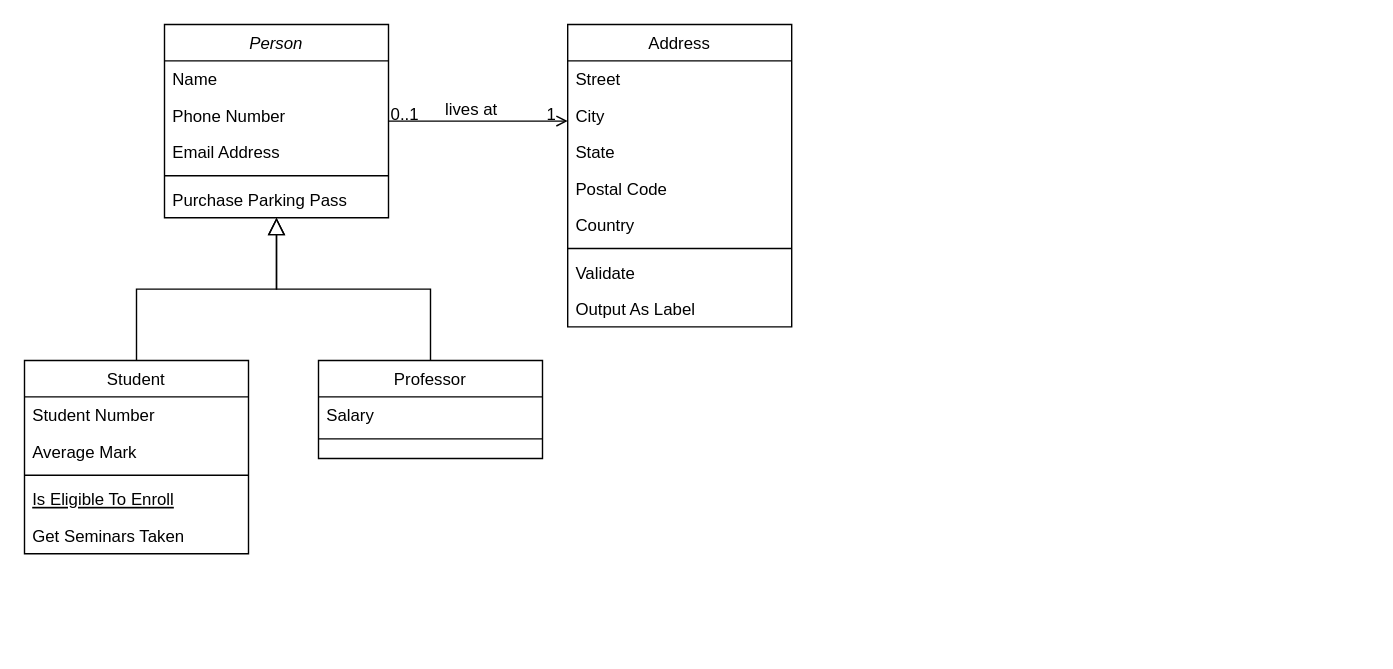
Earlier version of the draw.io diagram Biểu đồ không có tiêu đề.drawio (DucTri1611/reactjs_doan). Source tidied: cells renumbered, new cells numbered last; positions are measured from the earlier drawing's top-left corner, leaving out a move shared by most shapes. Both pictures are drawn from the tidied source at 140%, with x=0, y=0 at pixel (24, 24).
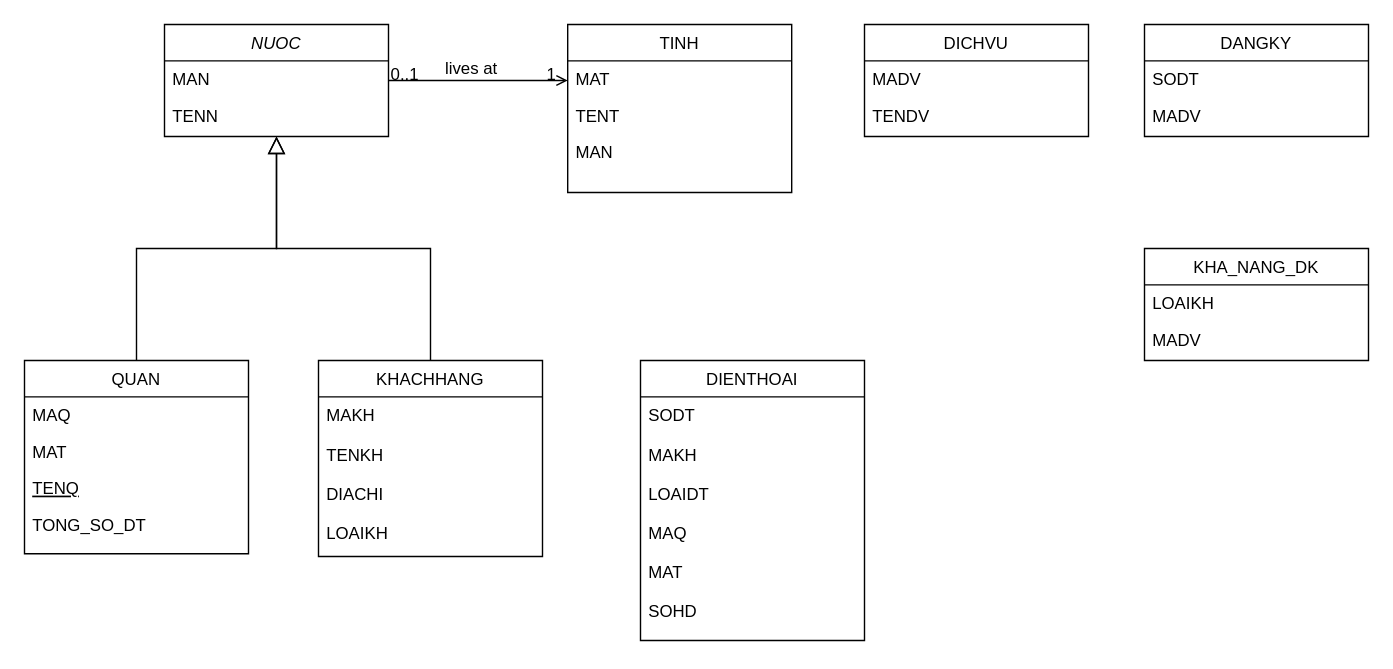
After the change.

The edit, as a diff of the source:
```diff
@@
-    <mxCell id="2" value="Person" style="swimlane;fontStyle=2;align=center;verticalAlign=top;horizontal=1;startSize=26;rounded=0;shadow=0;strokeWidth=1;" parent="1" vertex="1">
-      <mxGeometry x="100" width="160" height="138" as="geometry" />
+    <mxCell id="2" value="NUOC" style="swimlane;fontStyle=2;align=center;verticalAlign=top;horizontal=1;startSize=26;rounded=0;shadow=0;strokeWidth=1;" parent="1" vertex="1">
+      <mxGeometry x="100" width="160" height="80" as="geometry" />
     </mxCell>
-    <mxCell id="3" value="Name" style="text;align=left;verticalAlign=top;spacingLeft=4;spacingRight=4;overflow=hidden;" parent="2" vertex="1">
+    <mxCell id="3" value="MAN" style="text;align=left;verticalAlign=top;spacingLeft=4;spacingRight=4;overflow=hidden;" parent="2" vertex="1">
       <mxGeometry y="26" width="160" height="26" as="geometry" />
     </mxCell>
-    <mxCell id="4" value="Phone Number" style="text;align=left;verticalAlign=top;spacingLeft=4;spacingRight=4;overflow=hidden;rounded=0;shadow=0;html=0;" parent="2" vertex="1">
+    <mxCell id="4" value="TENN" style="text;align=left;verticalAlign=top;spacingLeft=4;spacingRight=4;overflow=hidden;rounded=0;shadow=0;html=0;" parent="2" vertex="1">
       <mxGeometry y="52" width="160" height="26" as="geometry" />
     </mxCell>
-    <mxCell id="5" value="Email Address" style="text;align=left;verticalAlign=top;spacingLeft=4;spacingRight=4;overflow=hidden;rounded=0;shadow=0;html=0;" parent="2" vertex="1">
-      <mxGeometry y="78" width="160" height="26" as="geometry" />
-    </mxCell>
-    <mxCell id="6" style="line;html=1;strokeWidth=1;align=left;verticalAlign=middle;spacingTop=-1;spacingLeft=3;spacingRight=3;labelPosition=right;" parent="2" vertex="1">
-      <mxGeometry y="104" width="160" height="8" as="geometry" />
-    </mxCell>
-    <mxCell id="7" value="Purchase Parking Pass" style="text;align=left;verticalAlign=top;spacingLeft=4;spacingRight=4;overflow=hidden;" parent="2" vertex="1">
-      <mxGeometry y="112" width="160" height="26" as="geometry" />
-    </mxCell>
-    <mxCell id="8" value="Student" style="swimlane;fontStyle=0;align=center;verticalAlign=top;horizontal=1;startSize=26;rounded=0;shadow=0;strokeWidth=1;" parent="1" vertex="1">
+    <mxCell id="8" value="QUAN" style="swimlane;fontStyle=0;align=center;verticalAlign=top;horizontal=1;startSize=26;rounded=0;shadow=0;strokeWidth=1;" parent="1" vertex="1">
       <mxGeometry y="240" width="160" height="138" as="geometry" />
     </mxCell>
-    <mxCell id="9" value="Student Number" style="text;align=left;verticalAlign=top;spacingLeft=4;spacingRight=4;overflow=hidden;" parent="8" vertex="1">
+    <mxCell id="9" value="MAQ" style="text;align=left;verticalAlign=top;spacingLeft=4;spacingRight=4;overflow=hidden;" parent="8" vertex="1">
       <mxGeometry y="26" width="160" height="26" as="geometry" />
     </mxCell>
-    <mxCell id="10" value="Average Mark" style="text;align=left;verticalAlign=top;spacingLeft=4;spacingRight=4;overflow=hidden;rounded=0;shadow=0;html=0;" parent="8" vertex="1">
+    <mxCell id="10" value="MAT" style="text;align=left;verticalAlign=top;spacingLeft=4;spacingRight=4;overflow=hidden;rounded=0;shadow=0;html=0;" parent="8" vertex="1">
       <mxGeometry y="52" width="160" height="26" as="geometry" />
     </mxCell>
-    <mxCell id="11" style="line;html=1;strokeWidth=1;align=left;verticalAlign=middle;spacingTop=-1;spacingLeft=3;spacingRight=3;labelPosition=right;" parent="8" vertex="1">
-      <mxGeometry y="78" width="160" height="8" as="geometry" />
-    </mxCell>
-    <mxCell id="12" value="Is Eligible To Enroll" style="text;align=left;verticalAlign=top;spacingLeft=4;spacingRight=4;overflow=hidden;fontStyle=4;" parent="8" vertex="1">
-      <mxGeometry y="86" width="160" height="26" as="geometry" />
+    <mxCell id="12" value="TENQ" style="text;align=left;verticalAlign=top;spacingLeft=4;spacingRight=4;overflow=hidden;fontStyle=4;" parent="8" vertex="1">
+      <mxGeometry y="78" width="160" height="26" as="geometry" />
     </mxCell>
-    <mxCell id="13" value="Get Seminars Taken" style="text;align=left;verticalAlign=top;spacingLeft=4;spacingRight=4;overflow=hidden;" parent="8" vertex="1">
-      <mxGeometry y="112" width="160" height="26" as="geometry" />
+    <mxCell id="13" value="TONG_SO_DT" style="text;align=left;verticalAlign=top;spacingLeft=4;spacingRight=4;overflow=hidden;" parent="8" vertex="1">
+      <mxGeometry y="104" width="160" height="26" as="geometry" />
     </mxCell>
@@
-    <mxCell id="15" value="Professor" style="swimlane;fontStyle=0;align=center;verticalAlign=top;horizontal=1;startSize=26;rounded=0;shadow=0;strokeWidth=1;" parent="1" vertex="1">
-      <mxGeometry x="210" y="240" width="160" height="70" as="geometry" />
+    <mxCell id="15" value="KHACHHANG" style="swimlane;fontStyle=0;align=center;verticalAlign=top;horizontal=1;startSize=26;rounded=0;shadow=0;strokeWidth=1;" parent="1" vertex="1">
+      <mxGeometry x="210" y="240" width="160" height="140" as="geometry" />
     </mxCell>
-    <mxCell id="16" value="Salary" style="text;align=left;verticalAlign=top;spacingLeft=4;spacingRight=4;overflow=hidden;" parent="15" vertex="1">
-      <mxGeometry y="26" width="160" height="26" as="geometry" />
+    <mxCell id="16" value="MAKH&#10;&#10;TENKH&#10;&#10;DIACHI&#10;&#10;LOAIKH" style="text;align=left;verticalAlign=top;spacingLeft=4;spacingRight=4;overflow=hidden;" parent="15" vertex="1">
+      <mxGeometry y="26" width="160" height="114" as="geometry" />
     </mxCell>
-    <mxCell id="17" style="line;html=1;strokeWidth=1;align=left;verticalAlign=middle;spacingTop=-1;spacingLeft=3;spacingRight=3;labelPosition=right;" parent="15" vertex="1">
-      <mxGeometry y="52" width="160" height="8" as="geometry" />
-    </mxCell>
@@
-    <mxCell id="19" value="Address" style="swimlane;fontStyle=0;align=center;verticalAlign=top;horizontal=1;startSize=26;rounded=0;shadow=0;strokeWidth=1;" parent="1" vertex="1">
-      <mxGeometry x="388" width="160" height="216" as="geometry" />
+    <mxCell id="19" value="TINH" style="swimlane;fontStyle=0;align=center;verticalAlign=top;horizontal=1;startSize=26;rounded=0;shadow=0;strokeWidth=1;" parent="1" vertex="1">
+      <mxGeometry x="388" width="160" height="120" as="geometry" />
     </mxCell>
-    <mxCell id="20" value="Street" style="text;align=left;verticalAlign=top;spacingLeft=4;spacingRight=4;overflow=hidden;" parent="19" vertex="1">
+    <mxCell id="20" value="MAT" style="text;align=left;verticalAlign=top;spacingLeft=4;spacingRight=4;overflow=hidden;" parent="19" vertex="1">
       <mxGeometry y="26" width="160" height="26" as="geometry" />
     </mxCell>
-    <mxCell id="21" value="City" style="text;align=left;verticalAlign=top;spacingLeft=4;spacingRight=4;overflow=hidden;rounded=0;shadow=0;html=0;" parent="19" vertex="1">
+    <mxCell id="21" value="TENT" style="text;align=left;verticalAlign=top;spacingLeft=4;spacingRight=4;overflow=hidden;rounded=0;shadow=0;html=0;" parent="19" vertex="1">
       <mxGeometry y="52" width="160" height="26" as="geometry" />
     </mxCell>
-    <mxCell id="22" value="State" style="text;align=left;verticalAlign=top;spacingLeft=4;spacingRight=4;overflow=hidden;rounded=0;shadow=0;html=0;" parent="19" vertex="1">
+    <mxCell id="22" value="MAN" style="text;align=left;verticalAlign=top;spacingLeft=4;spacingRight=4;overflow=hidden;rounded=0;shadow=0;html=0;" parent="19" vertex="1">
       <mxGeometry y="78" width="160" height="26" as="geometry" />
     </mxCell>
-    <mxCell id="23" value="Postal Code" style="text;align=left;verticalAlign=top;spacingLeft=4;spacingRight=4;overflow=hidden;rounded=0;shadow=0;html=0;" parent="19" vertex="1">
-      <mxGeometry y="104" width="160" height="26" as="geometry" />
-    </mxCell>
-    <mxCell id="24" value="Country" style="text;align=left;verticalAlign=top;spacingLeft=4;spacingRight=4;overflow=hidden;rounded=0;shadow=0;html=0;" parent="19" vertex="1">
-      <mxGeometry y="130" width="160" height="26" as="geometry" />
-    </mxCell>
-    <mxCell id="25" style="line;html=1;strokeWidth=1;align=left;verticalAlign=middle;spacingTop=-1;spacingLeft=3;spacingRight=3;labelPosition=right;" parent="19" vertex="1">
-      <mxGeometry y="156" width="160" height="8" as="geometry" />
-    </mxCell>
-    <mxCell id="26" value="Validate" style="text;align=left;verticalAlign=top;spacingLeft=4;spacingRight=4;overflow=hidden;" parent="19" vertex="1">
-      <mxGeometry y="164" width="160" height="26" as="geometry" />
-    </mxCell>
-    <mxCell id="27" value="Output As Label" style="text;align=left;verticalAlign=top;spacingLeft=4;spacingRight=4;overflow=hidden;" parent="19" vertex="1">
-      <mxGeometry y="190" width="160" height="26" as="geometry" />
-    </mxCell>
@@
+    <mxCell id="32" value="DIENTHOAI" style="swimlane;fontStyle=0;align=center;verticalAlign=top;horizontal=1;startSize=26;rounded=0;shadow=0;strokeWidth=1;" parent="1" vertex="1">
+      <mxGeometry x="440" y="240" width="160" height="200" as="geometry" />
+    </mxCell>
+    <mxCell id="33" value="SODT&#10;&#10;MAKH&#10;&#10;LOAIDT&#10;&#10;MAQ&#10;&#10;MAT&#10;&#10;SOHD" style="text;align=left;verticalAlign=top;spacingLeft=4;spacingRight=4;overflow=hidden;" parent="32" vertex="1">
+      <mxGeometry y="26" width="160" height="174" as="geometry" />
+    </mxCell>
+    <mxCell id="34" value="DICHVU" style="swimlane;fontStyle=0;align=center;verticalAlign=top;horizontal=1;startSize=26;rounded=0;shadow=0;strokeWidth=1;" parent="1" vertex="1">
+      <mxGeometry x="600" width="160" height="80" as="geometry" />
+    </mxCell>
+    <mxCell id="35" value="MADV" style="text;align=left;verticalAlign=top;spacingLeft=4;spacingRight=4;overflow=hidden;" parent="34" vertex="1">
+      <mxGeometry y="26" width="160" height="26" as="geometry" />
+    </mxCell>
+    <mxCell id="36" value="TENDV" style="text;align=left;verticalAlign=top;spacingLeft=4;spacingRight=4;overflow=hidden;rounded=0;shadow=0;html=0;" parent="34" vertex="1">
+      <mxGeometry y="52" width="160" height="26" as="geometry" />
+    </mxCell>
+    <mxCell id="37" value="DANGKY" style="swimlane;fontStyle=0;align=center;verticalAlign=top;horizontal=1;startSize=26;rounded=0;shadow=0;strokeWidth=1;" parent="1" vertex="1">
+      <mxGeometry x="800" width="160" height="80" as="geometry" />
+    </mxCell>
+    <mxCell id="38" value="SODT" style="text;align=left;verticalAlign=top;spacingLeft=4;spacingRight=4;overflow=hidden;" parent="37" vertex="1">
+      <mxGeometry y="26" width="160" height="26" as="geometry" />
+    </mxCell>
+    <mxCell id="39" value="MADV" style="text;align=left;verticalAlign=top;spacingLeft=4;spacingRight=4;overflow=hidden;rounded=0;shadow=0;html=0;" parent="37" vertex="1">
+      <mxGeometry y="52" width="160" height="26" as="geometry" />
+    </mxCell>
+    <mxCell id="40" value="KHA_NANG_DK" style="swimlane;fontStyle=0;align=center;verticalAlign=top;horizontal=1;startSize=26;rounded=0;shadow=0;strokeWidth=1;" parent="1" vertex="1">
+      <mxGeometry x="800" y="160" width="160" height="80" as="geometry" />
+    </mxCell>
+    <mxCell id="41" value="LOAIKH" style="text;align=left;verticalAlign=top;spacingLeft=4;spacingRight=4;overflow=hidden;" parent="40" vertex="1">
+      <mxGeometry y="26" width="160" height="26" as="geometry" />
+    </mxCell>
+    <mxCell id="42" value="MADV" style="text;align=left;verticalAlign=top;spacingLeft=4;spacingRight=4;overflow=hidden;rounded=0;shadow=0;html=0;" parent="40" vertex="1">
+      <mxGeometry y="52" width="160" height="26" as="geometry" />
+    </mxCell>
```
